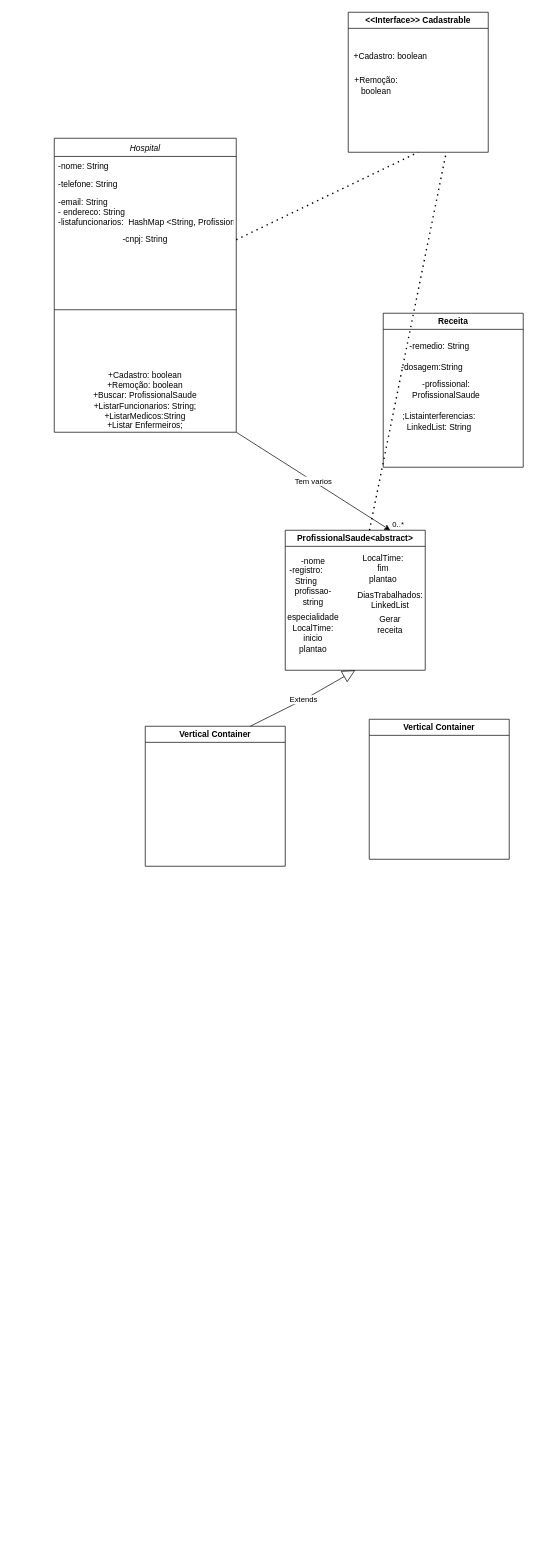
Patricio-Andre/Trabalho-Final-MC322 keeps this draw.io diagram as Diagrama sem nome.drawio. Above is the earlier version. Source tidied: cells renumbered, new cells numbered last; positions are measured from the earlier drawing's top-left corner, leaving out a move shared by most shapes. Both pictures are drawn from the tidied source at 70%, with x=0, y=0 at pixel (54, 12).
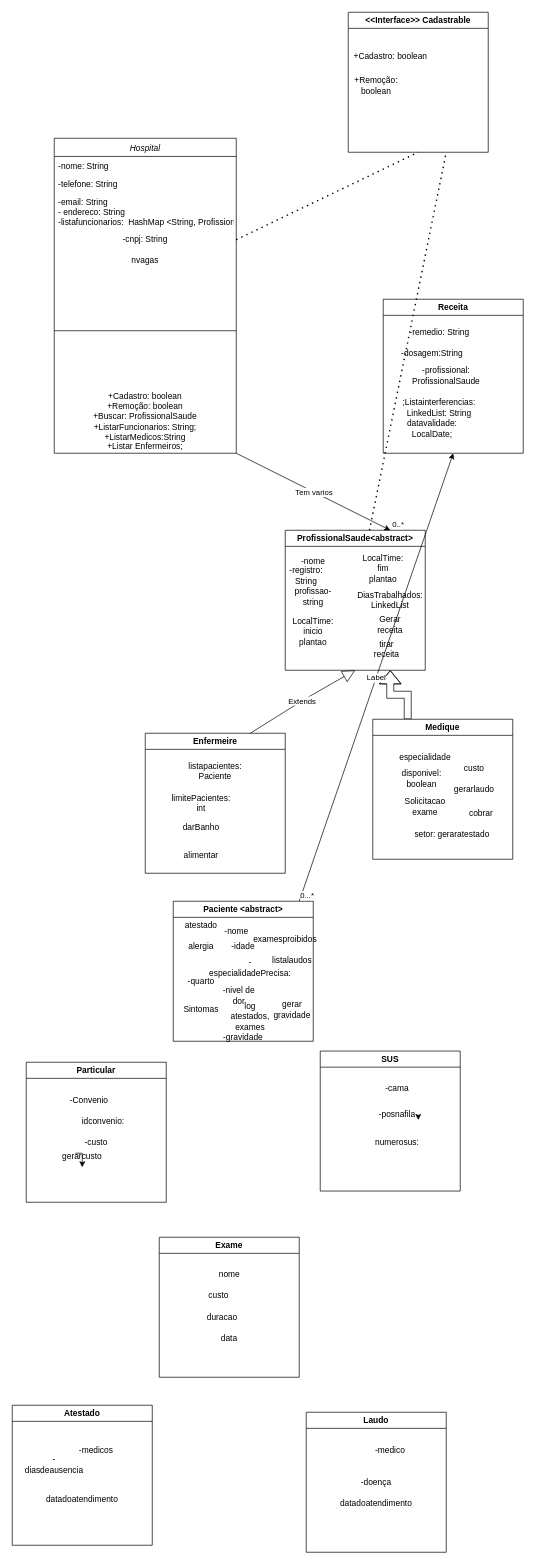
After the change.

Unchanged cells that the change refers to:
```xml
<mxCell id="13" value="ProfissionalSaude&amp;lt;abstract&amp;gt;" style="swimlane;whiteSpace=wrap;html=1;" parent="1" vertex="1">
  <mxGeometry x="330" y="740" width="200" height="200" as="geometry" />
</mxCell>
```

Change to the diagram source:
```diff
@@
     <mxCell id="2" value="Hospital" style="swimlane;fontStyle=2;align=center;verticalAlign=top;horizontal=1;startSize=26;rounded=0;shadow=0;strokeWidth=1;" parent="1" vertex="1">
-      <mxGeometry y="180" width="260" height="420" as="geometry" />
+      <mxGeometry y="180" width="260" height="450" as="geometry" />
     </mxCell>
@@
+    <mxCell id="34" value="nvagas" style="text;html=1;strokeColor=none;fillColor=none;align=center;verticalAlign=middle;whiteSpace=wrap;rounded=0;" parent="2" vertex="1">
+      <mxGeometry y="160" width="260" height="30" as="geometry" />
+    </mxCell>
     <mxCell id="7" style="line;html=1;strokeWidth=1;align=left;verticalAlign=middle;spacingTop=-1;spacingLeft=3;spacingRight=3;labelPosition=right;" parent="2" vertex="1">
-      <mxGeometry y="160" width="260" height="170" as="geometry" />
+      <mxGeometry y="190" width="260" height="170" as="geometry" />
     </mxCell>
     <mxCell id="8" value="+Cadastro: boolean&lt;br&gt;+Remoção: boolean&lt;br&gt;+Buscar: ProfissionalSaude&lt;br&gt;+ListarFuncionarios: String;&lt;br&gt;+ListarMedicos:String&lt;br&gt;+Listar Enfermeiros;" style="text;html=1;strokeColor=none;fillColor=none;align=center;verticalAlign=middle;whiteSpace=wrap;rounded=0;" parent="2" vertex="1">
-      <mxGeometry y="330" width="260" height="90" as="geometry" />
+      <mxGeometry y="360" width="260" height="90" as="geometry" />
     </mxCell>
@@
-    <mxCell id="17" value="especialidade" style="text;html=1;strokeColor=none;fillColor=none;align=center;verticalAlign=middle;whiteSpace=wrap;rounded=0;" parent="13" vertex="1">
-      <mxGeometry x="10" y="110" width="60" height="30" as="geometry" />
-    </mxCell>
     <mxCell id="18" value="LocalTime: inicio plantao" style="text;html=1;strokeColor=none;fillColor=none;align=center;verticalAlign=middle;whiteSpace=wrap;rounded=0;" parent="13" vertex="1">
-      <mxGeometry x="10" y="140" width="60" height="30" as="geometry" />
+      <mxGeometry x="10" y="130" width="60" height="30" as="geometry" />
     </mxCell>
@@
+    <mxCell id="35" value="tirar receita" style="text;html=1;strokeColor=none;fillColor=none;align=center;verticalAlign=middle;whiteSpace=wrap;rounded=0;" parent="13" vertex="1">
+      <mxGeometry x="115" y="155" width="60" height="30" as="geometry" />
+    </mxCell>
@@
     <mxCell id="25" value="Receita" style="swimlane;whiteSpace=wrap;html=1;" parent="1" vertex="1">
-      <mxGeometry x="470" y="430" width="200" height="220" as="geometry" />
+      <mxGeometry x="470" y="410" width="200" height="220" as="geometry" />
     </mxCell>
@@
+    <mxCell id="36" value="datavalidade: LocalDate;" style="text;html=1;strokeColor=none;fillColor=none;align=center;verticalAlign=middle;whiteSpace=wrap;rounded=0;" parent="25" vertex="1">
+      <mxGeometry x="40" y="170" width="60" height="30" as="geometry" />
+    </mxCell>
@@
+    <mxCell id="37" style="edgeStyle=orthogonalEdgeStyle;rounded=0;jettySize=auto;html=1;exitX=0.25;exitY=0;exitDx=0;exitDy=0;entryX=0.75;entryY=1;entryDx=0;entryDy=0;shape=flexArrow;" parent="1" edge="1" source="31" target="13">
+      <mxGeometry relative="1" as="geometry" />
+    </mxCell>
-    <mxCell id="31" value="Vertical Container" style="swimlane;whiteSpace=wrap;html=1;" parent="1" vertex="1">
-      <mxGeometry x="450" y="1010" width="200" height="200" as="geometry" />
+    <mxCell id="31" value="Medique" style="swimlane;whiteSpace=wrap;html=1;" parent="1" vertex="1">
+      <mxGeometry x="455" y="1010" width="200" height="200" as="geometry" />
     </mxCell>
+    <mxCell id="17" value="especialidade" style="text;html=1;strokeColor=none;fillColor=none;align=center;verticalAlign=middle;whiteSpace=wrap;rounded=0;" parent="31" vertex="1">
+      <mxGeometry x="45" y="40" width="60" height="30" as="geometry" />
+    </mxCell>
+    <mxCell id="38" value="disponivel: boolean" style="text;html=1;strokeColor=none;fillColor=none;align=center;verticalAlign=middle;whiteSpace=wrap;rounded=0;" parent="31" vertex="1">
+      <mxGeometry x="40" y="70" width="60" height="30" as="geometry" />
+    </mxCell>
+    <mxCell id="39" value="Solicitacao exame" style="text;html=1;strokeColor=none;fillColor=none;align=center;verticalAlign=middle;whiteSpace=wrap;rounded=0;" parent="31" vertex="1">
+      <mxGeometry x="45" y="110" width="60" height="30" as="geometry" />
+    </mxCell>
+    <mxCell id="40" value="setor:" style="text;html=1;strokeColor=none;fillColor=none;align=center;verticalAlign=middle;whiteSpace=wrap;rounded=0;" parent="31" vertex="1">
+      <mxGeometry x="45" y="150" width="60" height="30" as="geometry" />
+    </mxCell>
+    <mxCell id="41" value="geraratestado" style="text;html=1;strokeColor=none;fillColor=none;align=center;verticalAlign=middle;whiteSpace=wrap;rounded=0;" parent="31" vertex="1">
+      <mxGeometry x="100" y="150" width="60" height="30" as="geometry" />
+    </mxCell>
+    <mxCell id="42" value="gerarlaudo" style="text;html=1;strokeColor=none;fillColor=none;align=center;verticalAlign=middle;whiteSpace=wrap;rounded=0;" parent="31" vertex="1">
+      <mxGeometry x="115" y="85" width="60" height="30" as="geometry" />
+    </mxCell>
+    <mxCell id="43" value="custo" style="text;html=1;strokeColor=none;fillColor=none;align=center;verticalAlign=middle;whiteSpace=wrap;rounded=0;" parent="31" vertex="1">
+      <mxGeometry x="115" y="55" width="60" height="30" as="geometry" />
+    </mxCell>
+    <mxCell id="44" value="cobrar" style="text;html=1;strokeColor=none;fillColor=none;align=center;verticalAlign=middle;whiteSpace=wrap;rounded=0;" parent="31" vertex="1">
+      <mxGeometry x="125" y="120" width="60" height="30" as="geometry" />
+    </mxCell>
-    <mxCell id="32" value="Vertical Container" style="swimlane;whiteSpace=wrap;html=1;" parent="1" vertex="1">
-      <mxGeometry x="130" y="1020" width="200" height="200" as="geometry" />
+    <mxCell id="32" value="Enfermeire" style="swimlane;whiteSpace=wrap;html=1;" parent="1" vertex="1">
+      <mxGeometry x="130" y="1030" width="200" height="200" as="geometry" />
     </mxCell>
+    <mxCell id="45" value="listapacientes: Paciente" style="text;html=1;strokeColor=none;fillColor=none;align=center;verticalAlign=middle;whiteSpace=wrap;rounded=0;" parent="32" vertex="1">
+      <mxGeometry x="70" y="39" width="60" height="30" as="geometry" />
+    </mxCell>
+    <mxCell id="46" value="limitePacientes: int" style="text;html=1;strokeColor=none;fillColor=none;align=center;verticalAlign=middle;whiteSpace=wrap;rounded=0;" parent="32" vertex="1">
+      <mxGeometry x="50" y="85" width="60" height="30" as="geometry" />
+    </mxCell>
+    <mxCell id="47" value="darBanho" style="text;html=1;strokeColor=none;fillColor=none;align=center;verticalAlign=middle;whiteSpace=wrap;rounded=0;" parent="32" vertex="1">
+      <mxGeometry x="50" y="120" width="60" height="30" as="geometry" />
+    </mxCell>
+    <mxCell id="48" value="alimentar" style="text;html=1;strokeColor=none;fillColor=none;align=center;verticalAlign=middle;whiteSpace=wrap;rounded=0;" parent="32" vertex="1">
+      <mxGeometry x="50" y="160" width="60" height="30" as="geometry" />
+    </mxCell>
@@
+    <mxCell id="49" value="Paciente &amp;lt;abstract&amp;gt;" style="swimlane;whiteSpace=wrap;html=1;" parent="1" vertex="1">
+      <mxGeometry x="170" y="1270" width="200" height="200" as="geometry" />
+    </mxCell>
+    <mxCell id="50" value="-idade" style="text;html=1;strokeColor=none;fillColor=none;align=center;verticalAlign=middle;whiteSpace=wrap;rounded=0;" parent="49" vertex="1">
+      <mxGeometry x="70" y="50" width="60" height="30" as="geometry" />
+    </mxCell>
+    <mxCell id="51" value="-nome" style="text;html=1;align=center;verticalAlign=middle;strokeColor=none;fillColor=none;" parent="49" vertex="1">
+      <mxGeometry x="60" y="28" width="60" height="30" as="geometry" />
+    </mxCell>
+    <mxCell id="52" value="-especialidadePrecisa:" style="text;html=1;strokeColor=none;fillColor=none;align=center;verticalAlign=middle;whiteSpace=wrap;rounded=0;" parent="49" vertex="1">
+      <mxGeometry x="80" y="80" width="60" height="30" as="geometry" />
+    </mxCell>
+    <mxCell id="53" value="-nivel de dor" style="text;html=1;strokeColor=none;fillColor=none;align=center;verticalAlign=middle;whiteSpace=wrap;rounded=0;" parent="49" vertex="1">
+      <mxGeometry x="64" y="120" width="60" height="30" as="geometry" />
+    </mxCell>
+    <mxCell id="54" value="Sintomas" style="text;html=1;strokeColor=none;fillColor=none;align=center;verticalAlign=middle;whiteSpace=wrap;rounded=0;" parent="49" vertex="1">
+      <mxGeometry x="10" y="140" width="60" height="30" as="geometry" />
+    </mxCell>
+    <mxCell id="55" value="gerar gravidade" style="text;html=1;strokeColor=none;fillColor=none;align=center;verticalAlign=middle;whiteSpace=wrap;rounded=0;" parent="49" vertex="1">
+      <mxGeometry x="140" y="140" width="60" height="30" as="geometry" />
+    </mxCell>
+    <mxCell id="56" value="alergia" style="text;html=1;strokeColor=none;fillColor=none;align=center;verticalAlign=middle;whiteSpace=wrap;rounded=0;" parent="49" vertex="1">
+      <mxGeometry x="10" y="50" width="60" height="30" as="geometry" />
+    </mxCell>
+    <mxCell id="57" value="examesproibidos" style="text;html=1;strokeColor=none;fillColor=none;align=center;verticalAlign=middle;whiteSpace=wrap;rounded=0;" parent="49" vertex="1">
+      <mxGeometry x="130" y="40" width="60" height="30" as="geometry" />
+    </mxCell>
+    <mxCell id="58" value="-quarto" style="text;html=1;strokeColor=none;fillColor=none;align=center;verticalAlign=middle;whiteSpace=wrap;rounded=0;" parent="49" vertex="1">
+      <mxGeometry x="10" y="100" width="60" height="30" as="geometry" />
+    </mxCell>
+    <mxCell id="59" value="atestado" style="text;html=1;strokeColor=none;fillColor=none;align=center;verticalAlign=middle;whiteSpace=wrap;rounded=0;" parent="49" vertex="1">
+      <mxGeometry x="10" y="20" width="60" height="30" as="geometry" />
+    </mxCell>
+    <mxCell id="60" value="listalaudos" style="text;html=1;strokeColor=none;fillColor=none;align=center;verticalAlign=middle;whiteSpace=wrap;rounded=0;" parent="49" vertex="1">
+      <mxGeometry x="140" y="70" width="60" height="30" as="geometry" />
+    </mxCell>
+    <mxCell id="61" value="log atestados, exames" style="text;html=1;strokeColor=none;fillColor=none;align=center;verticalAlign=middle;whiteSpace=wrap;rounded=0;" parent="49" vertex="1">
+      <mxGeometry x="80" y="150" width="60" height="30" as="geometry" />
+    </mxCell>
+    <mxCell id="62" value="Particular" style="swimlane;whiteSpace=wrap;html=1;startSize=23;" parent="1" vertex="1">
+      <mxGeometry x="-40" y="1500" width="200" height="200" as="geometry" />
+    </mxCell>
+    <mxCell id="63" value="-Convenio" style="text;html=1;strokeColor=none;fillColor=none;align=center;verticalAlign=middle;whiteSpace=wrap;rounded=0;" parent="62" vertex="1">
+      <mxGeometry x="60" y="40" width="60" height="30" as="geometry" />
+    </mxCell>
+    <mxCell id="64" value="gerarcusto" style="text;html=1;strokeColor=none;fillColor=none;align=center;verticalAlign=middle;whiteSpace=wrap;rounded=0;" parent="62" vertex="1">
+      <mxGeometry x="50" y="120" width="60" height="30" as="geometry" />
+    </mxCell>
+    <mxCell id="65" style="edgeStyle=orthogonalEdgeStyle;rounded=0;jettySize=auto;html=1;exitX=0;exitY=1;exitDx=0;exitDy=0;entryX=0.5;entryY=1;entryDx=0;entryDy=0;" parent="62" edge="1" source="66" target="64">
+      <mxGeometry relative="1" as="geometry" />
+    </mxCell>
+    <mxCell id="66" value="-custo" style="text;html=1;strokeColor=none;fillColor=none;align=center;verticalAlign=middle;whiteSpace=wrap;rounded=0;" parent="62" vertex="1">
+      <mxGeometry x="70" y="100" width="60" height="30" as="geometry" />
+    </mxCell>
+    <mxCell id="67" value="idconvenio:" style="text;html=1;strokeColor=none;fillColor=none;align=center;verticalAlign=middle;whiteSpace=wrap;rounded=0;" parent="62" vertex="1">
+      <mxGeometry x="80" y="70" width="60" height="30" as="geometry" />
+    </mxCell>
+    <mxCell id="68" value="SUS" style="swimlane;whiteSpace=wrap;html=1;" parent="1" vertex="1">
+      <mxGeometry x="380" y="1484" width="200" height="200" as="geometry" />
+    </mxCell>
+    <mxCell id="69" value="-cama" style="text;html=1;strokeColor=none;fillColor=none;align=center;verticalAlign=middle;whiteSpace=wrap;rounded=0;" parent="68" vertex="1">
+      <mxGeometry x="80" y="40" width="60" height="26" as="geometry" />
+    </mxCell>
+    <mxCell id="70" value="-posnafila" style="text;html=1;strokeColor=none;fillColor=none;align=center;verticalAlign=middle;whiteSpace=wrap;rounded=0;" parent="68" vertex="1">
+      <mxGeometry x="80" y="76" width="60" height="30" as="geometry" />
+    </mxCell>
+    <mxCell id="71" style="edgeStyle=orthogonalEdgeStyle;rounded=0;orthogonalLoop=1;jettySize=auto;html=1;exitX=1;exitY=0.5;exitDx=0;exitDy=0;entryX=1;entryY=0.75;entryDx=0;entryDy=0;" parent="68" edge="1" source="70" target="70">
+      <mxGeometry relative="1" as="geometry" />
+    </mxCell>
+    <mxCell id="72" value="numerosus:" style="text;html=1;strokeColor=none;fillColor=none;align=center;verticalAlign=middle;whiteSpace=wrap;rounded=0;" parent="68" vertex="1">
+      <mxGeometry x="80" y="116" width="60" height="30" as="geometry" />
+    </mxCell>
+    <mxCell id="73" style="endArrow=classic;html=1;rounded=0;entryX=0.5;entryY=1;entryDx=0;entryDy=0;" parent="1" edge="1" target="25">
+      <mxGeometry relative="1" as="geometry">
+        <mxPoint x="350" y="1270" as="sourcePoint" />
+      </mxGeometry>
+    </mxCell>
+    <mxCell id="74" value="Label" style="edgeLabel;html=1;align=center;verticalAlign=middle;" parent="73" vertex="1">
+      <mxGeometry relative="1" as="geometry" />
+    </mxCell>
+    <mxCell id="75" value="0...*" style="edgeLabel;html=1;align=left;verticalAlign=bottom;" parent="73" vertex="1">
+      <mxGeometry x="-1" relative="1" as="geometry" />
+    </mxCell>
+    <mxCell id="76" value="Exame" style="swimlane;whiteSpace=wrap;html=1;" parent="1" vertex="1">
+      <mxGeometry x="150" y="1750" width="200" height="200" as="geometry" />
+    </mxCell>
+    <mxCell id="77" value="custo" style="text;html=1;strokeColor=none;fillColor=none;align=center;verticalAlign=middle;whiteSpace=wrap;rounded=0;" parent="76" vertex="1">
+      <mxGeometry x="55" y="68" width="60" height="30" as="geometry" />
+    </mxCell>
+    <mxCell id="78" value="data" style="text;html=1;strokeColor=none;fillColor=none;align=center;verticalAlign=middle;whiteSpace=wrap;rounded=0;" parent="76" vertex="1">
+      <mxGeometry x="70" y="130" width="60" height="30" as="geometry" />
+    </mxCell>
+    <mxCell id="79" value="nome" style="text;html=1;align=center;verticalAlign=middle;strokeColor=none;fillColor=none;" parent="76" vertex="1">
+      <mxGeometry x="75" y="38" width="50" height="30" as="geometry" />
+    </mxCell>
+    <mxCell id="80" value="-gravidade" style="text;html=1;strokeColor=none;fillColor=none;align=center;verticalAlign=middle;whiteSpace=wrap;rounded=0;" parent="1" vertex="1">
+      <mxGeometry x="240" y="1450" width="60" height="30" as="geometry" />
+    </mxCell>
+    <mxCell id="81" value="Atestado" style="swimlane;whiteSpace=wrap;html=1;" parent="1" vertex="1">
+      <mxGeometry x="-60" y="1990" width="200" height="200" as="geometry" />
+    </mxCell>
+    <mxCell id="82" value="-medicos" style="text;html=1;strokeColor=none;fillColor=none;align=center;verticalAlign=middle;whiteSpace=wrap;rounded=0;" parent="81" vertex="1">
+      <mxGeometry x="90" y="50" width="60" height="30" as="geometry" />
+    </mxCell>
+    <mxCell id="83" value="-diasdeausencia" style="text;html=1;strokeColor=none;fillColor=none;align=center;verticalAlign=middle;whiteSpace=wrap;rounded=0;" parent="81" vertex="1">
+      <mxGeometry x="30" y="70" width="60" height="30" as="geometry" />
+    </mxCell>
+    <mxCell id="84" value="datadoatendimento" style="text;html=1;strokeColor=none;fillColor=none;align=center;verticalAlign=middle;whiteSpace=wrap;rounded=0;" parent="81" vertex="1">
+      <mxGeometry x="70" y="120" width="60" height="30" as="geometry" />
+    </mxCell>
+    <mxCell id="85" value="Laudo" style="swimlane;whiteSpace=wrap;html=1;" parent="1" vertex="1">
+      <mxGeometry x="360" y="2000" width="200" height="200" as="geometry" />
+    </mxCell>
+    <mxCell id="86" value="-medico" style="text;html=1;strokeColor=none;fillColor=none;align=center;verticalAlign=middle;whiteSpace=wrap;rounded=0;" parent="85" vertex="1">
+      <mxGeometry x="90" y="40" width="60" height="30" as="geometry" />
+    </mxCell>
+    <mxCell id="87" value="-doença" style="text;html=1;strokeColor=none;fillColor=none;align=center;verticalAlign=middle;whiteSpace=wrap;rounded=0;" parent="85" vertex="1">
+      <mxGeometry x="70" y="85" width="60" height="30" as="geometry" />
+    </mxCell>
+    <mxCell id="88" value="datadoatendimento" style="text;html=1;strokeColor=none;fillColor=none;align=center;verticalAlign=middle;whiteSpace=wrap;rounded=0;" parent="85" vertex="1">
+      <mxGeometry x="70" y="115" width="60" height="30" as="geometry" />
+    </mxCell>
+    <mxCell id="89" value="duracao" style="text;html=1;strokeColor=none;fillColor=none;align=center;verticalAlign=middle;whiteSpace=wrap;rounded=0;" parent="1" vertex="1">
+      <mxGeometry x="210" y="1850" width="60" height="30" as="geometry" />
+    </mxCell>
```
